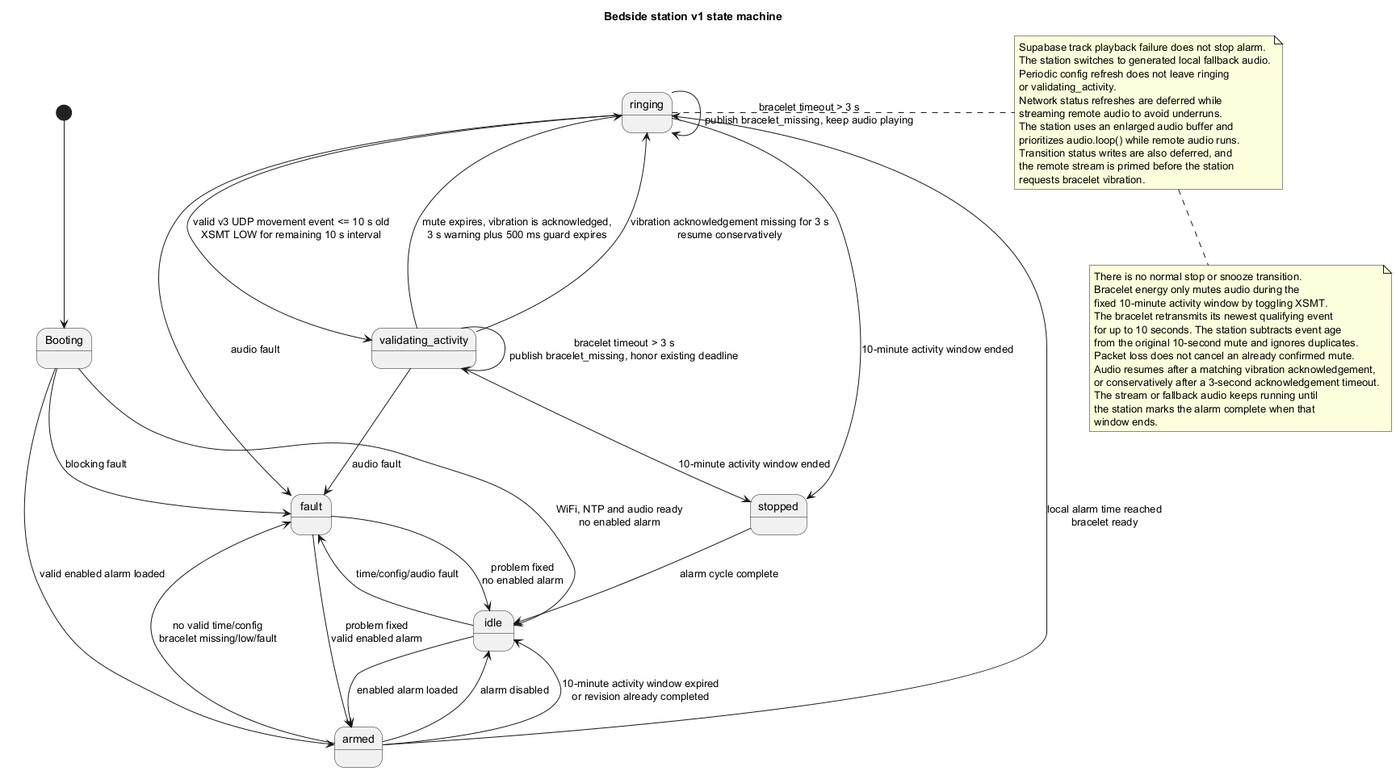
Above: code/boite hp/UML/station_state_machine.png in Jzn-wbr/Starter (PlantUML), before the change.
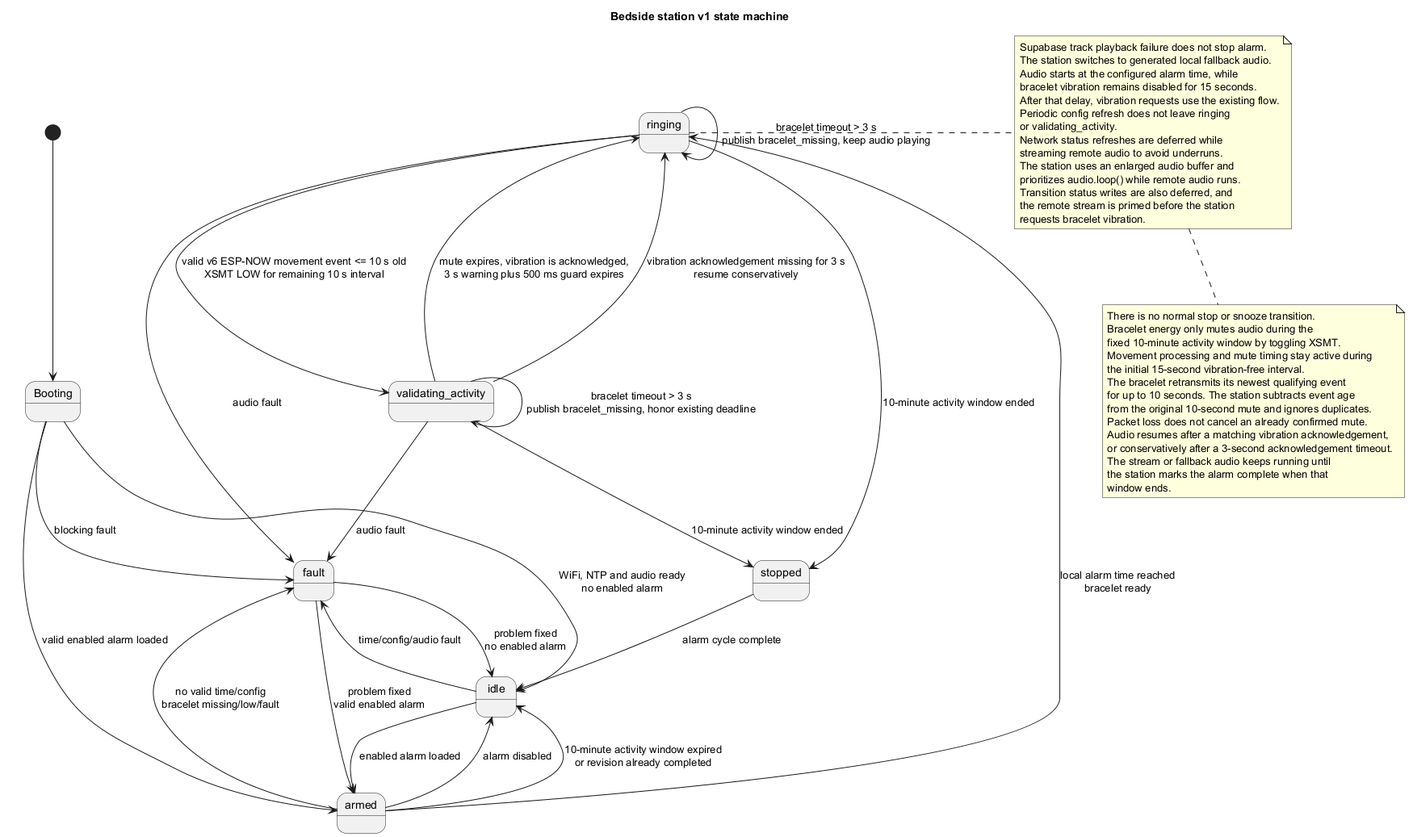
After the commit.

Diff of the diagram source:
```diff
@@ -14,7 +14,7 @@
 armed --> idle : 10-minute activity window expired\nor revision already completed
 armed --> fault : no valid time/config\nbracelet missing/low/fault
 
-ringing --> validating_activity : valid v3 UDP movement event <= 10 s old\nXSMT LOW for remaining 10 s interval
+ringing --> validating_activity : valid v6 ESP-NOW movement event <= 10 s old\nXSMT LOW for remaining 10 s interval
 ringing --> stopped : 10-minute activity window ended
 ringing --> ringing : bracelet timeout > 3 s\npublish bracelet_missing, keep audio playing
 ringing --> fault : audio fault
@@ -33,6 +33,9 @@
 note right of ringing
 Supabase track playback failure does not stop alarm.
 The station switches to generated local fallback audio.
+Audio starts at the configured alarm time, while
+bracelet vibration remains disabled for 15 seconds.
+After that delay, vibration requests use the existing flow.
 Periodic config refresh does not leave ringing
 or validating_activity.
 Network status refreshes are deferred while
@@ -48,6 +51,8 @@
 There is no normal stop or snooze transition.
 Bracelet energy only mutes audio during the
 fixed 10-minute activity window by toggling XSMT.
+Movement processing and mute timing stay active during
+the initial 15-second vibration-free interval.
 The bracelet retransmits its newest qualifying event
 for up to 10 seconds. The station subtracts event age
 from the original 10-second mute and ignores duplicates.
```
